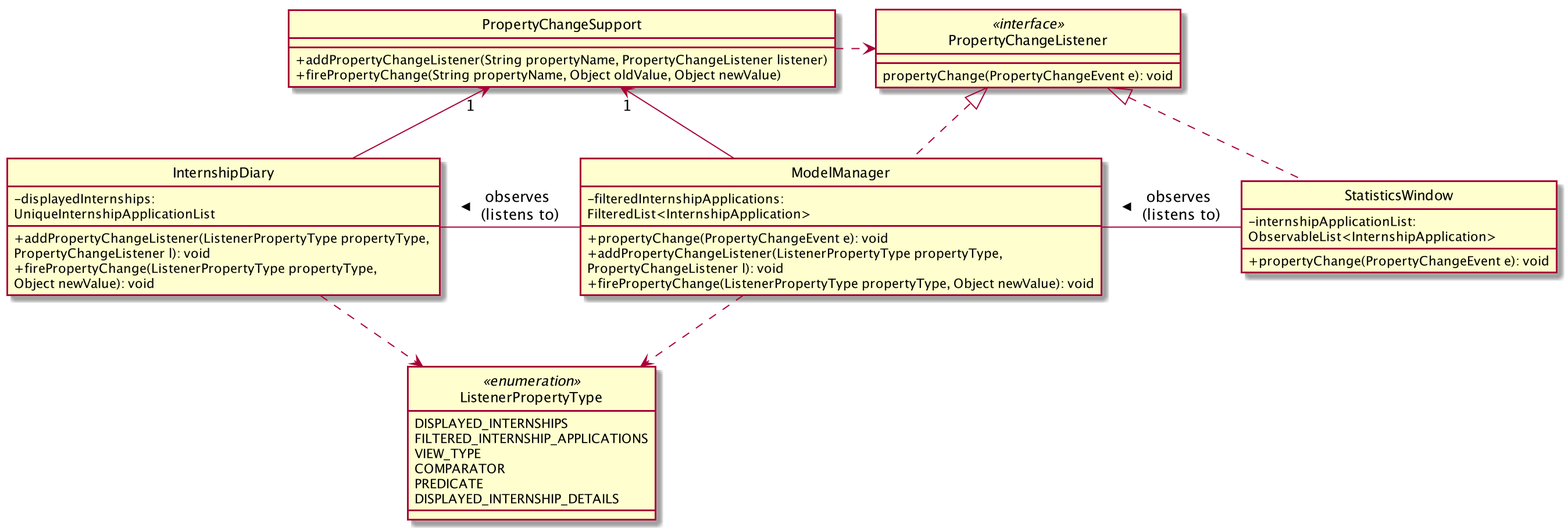
The PlantUML diagram images/InternshipDiaryAndModelManagerPropertyChangeEnumClassDiagram.png in AY1920S2-CS2103T-F10-2/main, before a commit.
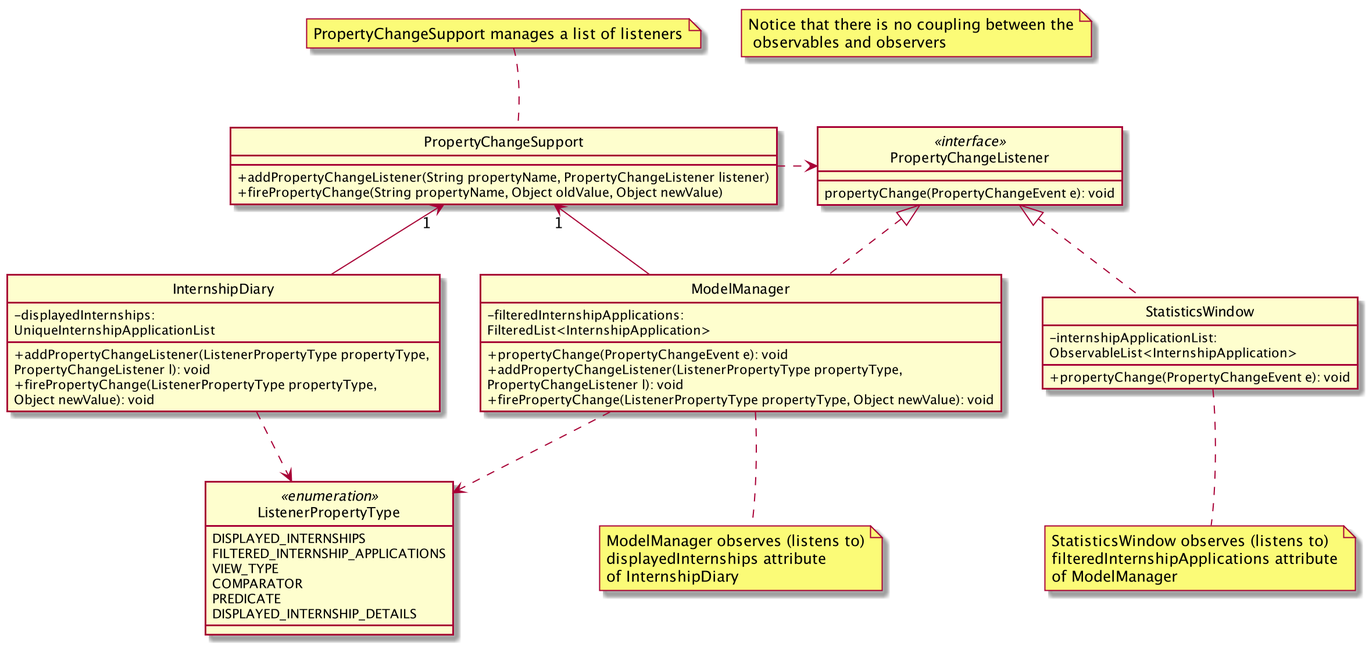
After the change.

What changed in the source:
```diff
@@ -3,6 +3,20 @@
 hide circle
 skinparam classAttributeIconSize 0
 
+
+note "PropertyChangeSupport manages a list of listeners" as manageListeners
+PropertyChangeSupport .up[hidden]. manageListeners
+PropertyChangeSupport .up. manageListeners
+
+note "ModelManager observes (listens to)\ndisplayedInternships attribute\nof InternshipDiary" as modelManagerObserves
+modelManagerObserves .up[hidden]. ModelManager
+modelManagerObserves .up. ModelManager
+
+note "StatisticsWindow observes (listens to)\nfilteredInternshipApplications attribute\nof ModelManager" as statisticsWindowObserves
+statisticsWindowObserves .up[hidden]. StatisticsWindow
+statisticsWindowObserves .up. StatisticsWindow
+
+note "Notice that there is no coupling between the\n observables and observers" as N1
 
 Class InternshipDiary {
     - displayedInternships: \nUniqueInternshipApplicationList
@@ -48,9 +62,7 @@
 InternshipDiary ..> ListenerPropertyType
 ModelManager ..> ListenerPropertyType
 
-StatisticsWindow -left- ModelManager: observes\n (listens to) >
 
-ModelManager -left- InternshipDiary: observes\n (listens to) >
 
 
 
```
